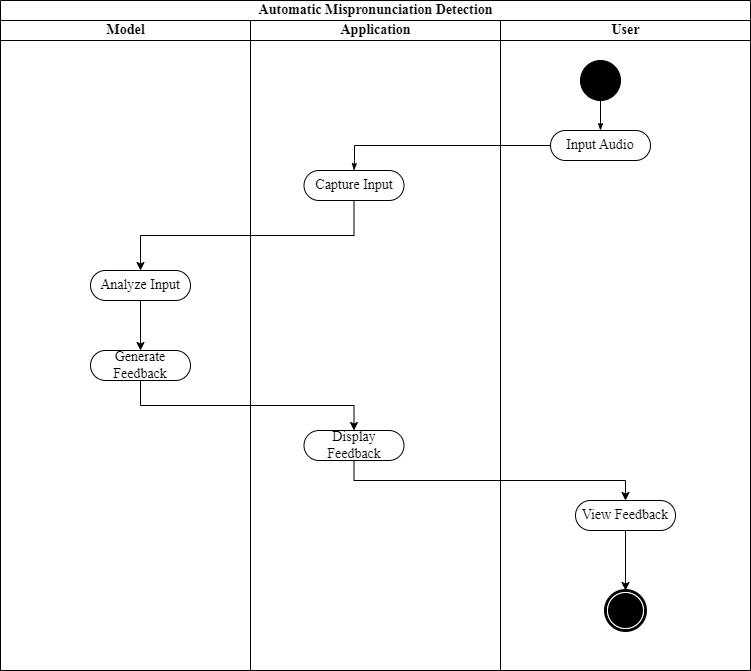
This is AMDActivityDiagram.png from JoshiPrabin/Diagrams, a draw.io export, as it was before one commit. Source tidied: cells renumbered, new cells last; positions are measured from the earlier drawing's top-left corner, leaving out a move shared by most shapes. Source of this version:
```xml
<mxGraphModel>
  <root>
    <mxCell id="0" />
    <mxCell id="1" parent="0" />
    <mxCell id="2" value="&lt;font style=&quot;font-size: 14px;&quot; face=&quot;Times New Roman&quot;&gt;Automatic Mispronunciation Detection&lt;/font&gt;" style="swimlane;html=1;startSize=20;rounded=0;shadow=0;comic=0;labelBackgroundColor=none;strokeWidth=1;fontFamily=Verdana;fontSize=12;align=center;" parent="1" vertex="1">
      <mxGeometry width="750" height="670" as="geometry" />
    </mxCell>
    <mxCell id="3" value="&lt;font style=&quot;font-size: 14px;&quot; face=&quot;Times New Roman&quot;&gt;Model&lt;/font&gt;" style="swimlane;html=1;startSize=20;" parent="2" vertex="1">
      <mxGeometry y="20" width="250" height="650" as="geometry" />
    </mxCell>
    <mxCell id="4" style="edgeStyle=orthogonalEdgeStyle;rounded=0;jettySize=auto;html=1;exitX=0.5;exitY=1;exitDx=0;exitDy=0;entryX=0.5;entryY=0;entryDx=0;entryDy=0;" parent="3" edge="1" source="5" target="6">
      <mxGeometry relative="1" as="geometry" />
    </mxCell>
    <mxCell id="5" value="&lt;font style=&quot;font-size: 14px;&quot; face=&quot;Times New Roman&quot;&gt;Analyze Input&lt;/font&gt;" style="rounded=1;whiteSpace=wrap;html=1;shadow=0;comic=0;labelBackgroundColor=none;strokeWidth=1;fontFamily=Verdana;fontSize=12;align=center;arcSize=50;" parent="3" vertex="1">
      <mxGeometry x="90" y="250" width="100" height="30" as="geometry" />
    </mxCell>
    <mxCell id="6" value="&lt;font style=&quot;font-size: 14px;&quot; face=&quot;Times New Roman&quot;&gt;Generate Feedback&lt;/font&gt;" style="rounded=1;whiteSpace=wrap;html=1;shadow=0;comic=0;labelBackgroundColor=none;strokeWidth=1;fontFamily=Verdana;fontSize=12;align=center;arcSize=50;" parent="3" vertex="1">
      <mxGeometry x="90" y="330" width="100" height="30" as="geometry" />
    </mxCell>
    <mxCell id="7" value="&lt;font style=&quot;font-size: 14px;&quot; face=&quot;Times New Roman&quot;&gt;Application&lt;/font&gt;" style="swimlane;html=1;startSize=20;" parent="2" vertex="1">
      <mxGeometry x="250" y="20" width="250" height="650" as="geometry" />
    </mxCell>
    <mxCell id="8" value="&lt;font style=&quot;font-size: 14px;&quot; face=&quot;Times New Roman&quot;&gt;Display Feedback&lt;/font&gt;" style="rounded=1;whiteSpace=wrap;html=1;shadow=0;comic=0;labelBackgroundColor=none;strokeWidth=1;fontFamily=Verdana;fontSize=12;align=center;arcSize=50;" parent="7" vertex="1">
      <mxGeometry x="53.5" y="410" width="100" height="30" as="geometry" />
    </mxCell>
    <mxCell id="9" value="&lt;font style=&quot;font-size: 14px;&quot; face=&quot;Times New Roman&quot;&gt;Capture Input&lt;/font&gt;" style="rounded=1;whiteSpace=wrap;html=1;shadow=0;comic=0;labelBackgroundColor=none;strokeWidth=1;fontFamily=Verdana;fontSize=12;align=center;arcSize=50;" parent="7" vertex="1">
      <mxGeometry x="53.5" y="150" width="100" height="30" as="geometry" />
    </mxCell>
    <mxCell id="10" value="&lt;font style=&quot;font-size: 14px;&quot; face=&quot;Times New Roman&quot;&gt;User&lt;/font&gt;" style="swimlane;html=1;startSize=20;" parent="2" vertex="1">
      <mxGeometry x="500" y="20" width="250" height="650" as="geometry" />
    </mxCell>
    <mxCell id="11" style="edgeStyle=orthogonalEdgeStyle;rounded=0;html=1;labelBackgroundColor=none;startArrow=none;startFill=0;startSize=5;endArrow=classicThin;endFill=1;endSize=5;jettySize=auto;strokeWidth=1;fontFamily=Verdana;fontSize=12;" parent="10" edge="1" source="12" target="13">
      <mxGeometry relative="1" as="geometry" />
    </mxCell>
    <mxCell id="12" style="ellipse;whiteSpace=wrap;html=1;rounded=0;shadow=0;comic=0;labelBackgroundColor=none;strokeWidth=1;fillColor=#000000;fontFamily=Verdana;fontSize=12;align=center;" parent="10" vertex="1">
      <mxGeometry x="80" y="40" width="40" height="40" as="geometry" />
    </mxCell>
    <mxCell id="13" value="&lt;font style=&quot;font-size: 14px;&quot; face=&quot;Times New Roman&quot;&gt;Input Audio&lt;/font&gt;" style="rounded=1;whiteSpace=wrap;html=1;shadow=0;comic=0;labelBackgroundColor=none;strokeWidth=1;fontFamily=Verdana;fontSize=12;align=center;arcSize=50;" parent="10" vertex="1">
      <mxGeometry x="50" y="110" width="100" height="30" as="geometry" />
    </mxCell>
    <mxCell id="14" style="shape=mxgraph.bpmn.shape;html=1;verticalLabelPosition=bottom;labelBackgroundColor=#ffffff;verticalAlign=top;perimeter=ellipsePerimeter;outline=end;symbol=terminate;rounded=0;shadow=0;comic=0;strokeWidth=1;fontFamily=Verdana;fontSize=12;align=center;" parent="10" vertex="1">
      <mxGeometry x="105" y="570" width="40" height="40" as="geometry" />
    </mxCell>
    <mxCell id="15" style="edgeStyle=orthogonalEdgeStyle;rounded=0;jettySize=auto;html=1;exitX=0.5;exitY=1;exitDx=0;exitDy=0;entryX=0.5;entryY=0;entryDx=0;entryDy=0;" parent="10" edge="1" source="16" target="14">
      <mxGeometry relative="1" as="geometry" />
    </mxCell>
    <mxCell id="16" value="&lt;font style=&quot;font-size: 14px;&quot; face=&quot;Times New Roman&quot;&gt;View Feedback&lt;/font&gt;" style="rounded=1;whiteSpace=wrap;html=1;shadow=0;comic=0;labelBackgroundColor=none;strokeWidth=1;fontFamily=Verdana;fontSize=12;align=center;arcSize=50;" parent="10" vertex="1">
      <mxGeometry x="75" y="480" width="100" height="30" as="geometry" />
    </mxCell>
    <mxCell id="17" style="edgeStyle=orthogonalEdgeStyle;rounded=0;html=1;labelBackgroundColor=none;startArrow=none;startFill=0;startSize=5;endArrow=classicThin;endFill=1;endSize=5;jettySize=auto;strokeWidth=1;fontFamily=Verdana;fontSize=12;entryX=0.5;entryY=0;entryDx=0;entryDy=0;" parent="2" edge="1" source="13" target="9">
      <mxGeometry relative="1" as="geometry">
        <Array as="points">
          <mxPoint x="354" y="145" />
          <mxPoint x="354" y="160" />
        </Array>
      </mxGeometry>
    </mxCell>
    <mxCell id="18" style="edgeStyle=orthogonalEdgeStyle;rounded=0;jettySize=auto;html=1;exitX=0.5;exitY=1;exitDx=0;exitDy=0;entryX=0.5;entryY=0;entryDx=0;entryDy=0;" parent="2" edge="1" source="9" target="5">
      <mxGeometry relative="1" as="geometry" />
    </mxCell>
    <mxCell id="19" style="edgeStyle=orthogonalEdgeStyle;rounded=0;jettySize=auto;html=1;exitX=0.5;exitY=1;exitDx=0;exitDy=0;entryX=0.5;entryY=0;entryDx=0;entryDy=0;" parent="2" edge="1" source="6" target="8">
      <mxGeometry relative="1" as="geometry" />
    </mxCell>
    <mxCell id="20" style="edgeStyle=orthogonalEdgeStyle;rounded=0;jettySize=auto;html=1;exitX=0.5;exitY=1;exitDx=0;exitDy=0;entryX=0.5;entryY=0;entryDx=0;entryDy=0;" parent="2" edge="1" source="8" target="16">
      <mxGeometry relative="1" as="geometry" />
    </mxCell>
  </root>
</mxGraphModel>
```
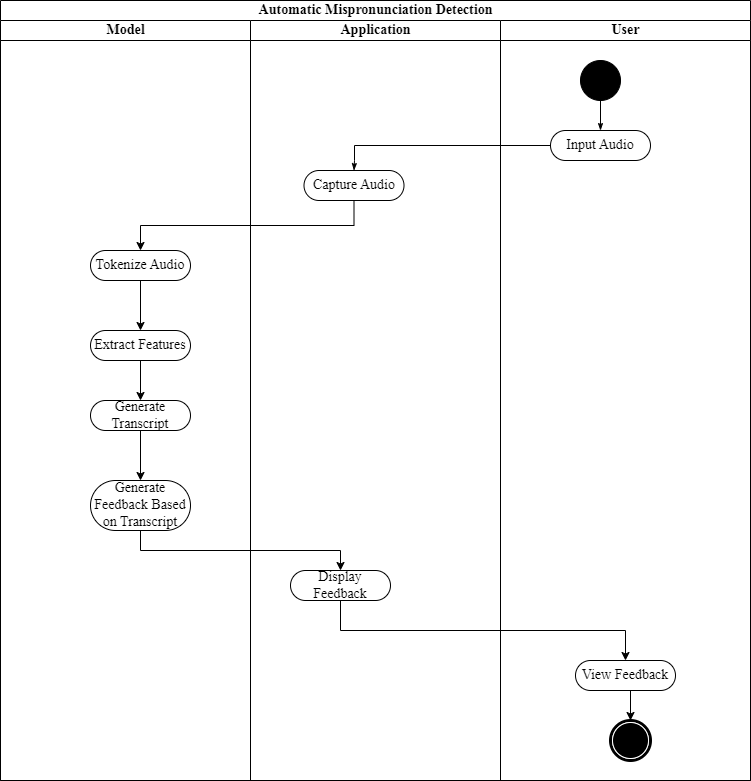
The same diagram one commit later.

Commit message:
Updated Activity Diagram

Diff of the diagram source:
```diff
@@ -3,31 +3,60 @@
     <mxCell id="0" />
     <mxCell id="1" parent="0" />
     <mxCell id="2" value="&lt;font style=&quot;font-size: 14px;&quot; face=&quot;Times New Roman&quot;&gt;Automatic Mispronunciation Detection&lt;/font&gt;" style="swimlane;html=1;startSize=20;rounded=0;shadow=0;comic=0;labelBackgroundColor=none;strokeWidth=1;fontFamily=Verdana;fontSize=12;align=center;" parent="1" vertex="1">
-      <mxGeometry width="750" height="670" as="geometry" />
+      <mxGeometry width="750" height="780" as="geometry" />
     </mxCell>
     <mxCell id="3" value="&lt;font style=&quot;font-size: 14px;&quot; face=&quot;Times New Roman&quot;&gt;Model&lt;/font&gt;" style="swimlane;html=1;startSize=20;" parent="2" vertex="1">
-      <mxGeometry y="20" width="250" height="650" as="geometry" />
+      <mxGeometry y="20" width="250" height="760" as="geometry" />
     </mxCell>
-    <mxCell id="4" style="edgeStyle=orthogonalEdgeStyle;rounded=0;jettySize=auto;html=1;exitX=0.5;exitY=1;exitDx=0;exitDy=0;entryX=0.5;entryY=0;entryDx=0;entryDy=0;" parent="3" edge="1" source="5" target="6">
-      <mxGeometry relative="1" as="geometry" />
-    </mxCell>
+    <mxCell id="21" style="edgeStyle=orthogonalEdgeStyle;rounded=0;jettySize=auto;html=1;exitX=0.5;exitY=1;exitDx=0;exitDy=0;entryX=0.5;entryY=0;entryDx=0;entryDy=0;" parent="3" edge="1" source="5" target="23">
+      <mxGeometry relative="1" as="geometry" />
+    </mxCell>
-    <mxCell id="5" value="&lt;font style=&quot;font-size: 14px;&quot; face=&quot;Times New Roman&quot;&gt;Analyze Input&lt;/font&gt;" style="rounded=1;whiteSpace=wrap;html=1;shadow=0;comic=0;labelBackgroundColor=none;strokeWidth=1;fontFamily=Verdana;fontSize=12;align=center;arcSize=50;" parent="3" vertex="1">
-      <mxGeometry x="90" y="250" width="100" height="30" as="geometry" />
+    <mxCell id="5" value="&lt;font face=&quot;Times New Roman&quot;&gt;&lt;span style=&quot;font-size: 14px;&quot;&gt;Tokenize Audio&lt;/span&gt;&lt;/font&gt;" style="rounded=1;whiteSpace=wrap;html=1;shadow=0;comic=0;labelBackgroundColor=none;strokeWidth=1;fontFamily=Verdana;fontSize=12;align=center;arcSize=50;" parent="3" vertex="1">
+      <mxGeometry x="90" y="230" width="100" height="30" as="geometry" />
     </mxCell>
-    <mxCell id="6" value="&lt;font style=&quot;font-size: 14px;&quot; face=&quot;Times New Roman&quot;&gt;Generate Feedback&lt;/font&gt;" style="rounded=1;whiteSpace=wrap;html=1;shadow=0;comic=0;labelBackgroundColor=none;strokeWidth=1;fontFamily=Verdana;fontSize=12;align=center;arcSize=50;" parent="3" vertex="1">
-      <mxGeometry x="90" y="330" width="100" height="30" as="geometry" />
+    <mxCell id="6" value="&lt;font style=&quot;font-size: 14px;&quot; face=&quot;Times New Roman&quot;&gt;Generate Feedback Based on Transcript&lt;/font&gt;" style="rounded=1;whiteSpace=wrap;html=1;shadow=0;comic=0;labelBackgroundColor=none;strokeWidth=1;fontFamily=Verdana;fontSize=12;align=center;arcSize=50;" parent="3" vertex="1">
+      <mxGeometry x="90" y="460" width="100" height="50" as="geometry" />
     </mxCell>
+    <mxCell id="22" style="edgeStyle=orthogonalEdgeStyle;rounded=0;jettySize=auto;html=1;exitX=0.5;exitY=1;exitDx=0;exitDy=0;entryX=0.5;entryY=0;entryDx=0;entryDy=0;" parent="3" edge="1" source="23" target="25">
+      <mxGeometry relative="1" as="geometry" />
+    </mxCell>
+    <mxCell id="23" value="&lt;font style=&quot;font-size: 14px;&quot; face=&quot;Times New Roman&quot;&gt;Extract Features&lt;/font&gt;" style="rounded=1;whiteSpace=wrap;html=1;shadow=0;comic=0;labelBackgroundColor=none;strokeWidth=1;fontFamily=Verdana;fontSize=12;align=center;arcSize=50;" parent="3" vertex="1">
+      <mxGeometry x="90" y="310" width="100" height="30" as="geometry" />
+    </mxCell>
+    <mxCell id="24" style="edgeStyle=orthogonalEdgeStyle;rounded=0;jettySize=auto;html=1;exitX=0.5;exitY=1;exitDx=0;exitDy=0;entryX=0.5;entryY=0;entryDx=0;entryDy=0;" parent="3" edge="1" source="25" target="6">
+      <mxGeometry relative="1" as="geometry" />
+    </mxCell>
+    <mxCell id="25" value="&lt;font style=&quot;font-size: 14px;&quot; face=&quot;Times New Roman&quot;&gt;Generate Transcript&lt;/font&gt;" style="rounded=1;whiteSpace=wrap;html=1;shadow=0;comic=0;labelBackgroundColor=none;strokeWidth=1;fontFamily=Verdana;fontSize=12;align=center;arcSize=50;" parent="3" vertex="1">
+      <mxGeometry x="90" y="380" width="100" height="30" as="geometry" />
+    </mxCell>
     <mxCell id="7" value="&lt;font style=&quot;font-size: 14px;&quot; face=&quot;Times New Roman&quot;&gt;Application&lt;/font&gt;" style="swimlane;html=1;startSize=20;" parent="2" vertex="1">
-      <mxGeometry x="250" y="20" width="250" height="650" as="geometry" />
+      <mxGeometry x="250" y="20" width="250" height="760" as="geometry" />
     </mxCell>
     <mxCell id="8" value="&lt;font style=&quot;font-size: 14px;&quot; face=&quot;Times New Roman&quot;&gt;Display Feedback&lt;/font&gt;" style="rounded=1;whiteSpace=wrap;html=1;shadow=0;comic=0;labelBackgroundColor=none;strokeWidth=1;fontFamily=Verdana;fontSize=12;align=center;arcSize=50;" parent="7" vertex="1">
-      <mxGeometry x="53.5" y="410" width="100" height="30" as="geometry" />
+      <mxGeometry x="40" y="550" width="100" height="30" as="geometry" />
     </mxCell>
-    <mxCell id="9" value="&lt;font style=&quot;font-size: 14px;&quot; face=&quot;Times New Roman&quot;&gt;Capture Input&lt;/font&gt;" style="rounded=1;whiteSpace=wrap;html=1;shadow=0;comic=0;labelBackgroundColor=none;strokeWidth=1;fontFamily=Verdana;fontSize=12;align=center;arcSize=50;" parent="7" vertex="1">
+    <mxCell id="9" value="&lt;font face=&quot;Times New Roman&quot; style=&quot;font-size: 14px;&quot;&gt;Capture Audio&lt;/font&gt;" style="rounded=1;whiteSpace=wrap;html=1;shadow=0;comic=0;labelBackgroundColor=none;strokeWidth=1;fontFamily=Verdana;fontSize=12;align=center;arcSize=50;" parent="7" vertex="1">
       <mxGeometry x="53.5" y="150" width="100" height="30" as="geometry" />
     </mxCell>
+    <mxCell id="17" style="edgeStyle=orthogonalEdgeStyle;rounded=0;html=1;labelBackgroundColor=none;startArrow=none;startFill=0;startSize=5;endArrow=classicThin;endFill=1;endSize=5;jettySize=auto;strokeWidth=1;fontFamily=Verdana;fontSize=12;entryX=0.5;entryY=0;entryDx=0;entryDy=0;" parent="2" edge="1" source="13" target="9">
+      <mxGeometry relative="1" as="geometry">
+        <Array as="points">
+          <mxPoint x="354" y="145" />
+          <mxPoint x="354" y="160" />
+        </Array>
+      </mxGeometry>
+    </mxCell>
+    <mxCell id="18" style="edgeStyle=orthogonalEdgeStyle;rounded=0;jettySize=auto;html=1;exitX=0.5;exitY=1;exitDx=0;exitDy=0;entryX=0.5;entryY=0;entryDx=0;entryDy=0;" parent="2" edge="1" source="9" target="5">
+      <mxGeometry relative="1" as="geometry" />
+    </mxCell>
+    <mxCell id="19" style="edgeStyle=orthogonalEdgeStyle;rounded=0;jettySize=auto;html=1;exitX=0.5;exitY=1;exitDx=0;exitDy=0;entryX=0.5;entryY=0;entryDx=0;entryDy=0;" parent="2" edge="1" source="6" target="8">
+      <mxGeometry relative="1" as="geometry" />
+    </mxCell>
+    <mxCell id="20" style="edgeStyle=orthogonalEdgeStyle;rounded=0;jettySize=auto;html=1;exitX=0.5;exitY=1;exitDx=0;exitDy=0;entryX=0.5;entryY=0;entryDx=0;entryDy=0;" parent="2" edge="1" source="8" target="16">
+      <mxGeometry relative="1" as="geometry" />
+    </mxCell>
     <mxCell id="10" value="&lt;font style=&quot;font-size: 14px;&quot; face=&quot;Times New Roman&quot;&gt;User&lt;/font&gt;" style="swimlane;html=1;startSize=20;" parent="2" vertex="1">
-      <mxGeometry x="500" y="20" width="250" height="650" as="geometry" />
+      <mxGeometry x="500" y="20" width="250" height="760" as="geometry" />
     </mxCell>
     <mxCell id="11" style="edgeStyle=orthogonalEdgeStyle;rounded=0;html=1;labelBackgroundColor=none;startArrow=none;startFill=0;startSize=5;endArrow=classicThin;endFill=1;endSize=5;jettySize=auto;strokeWidth=1;fontFamily=Verdana;fontSize=12;" parent="10" edge="1" source="12" target="13">
       <mxGeometry relative="1" as="geometry" />
@@ -35,34 +64,17 @@
     <mxCell id="12" style="ellipse;whiteSpace=wrap;html=1;rounded=0;shadow=0;comic=0;labelBackgroundColor=none;strokeWidth=1;fillColor=#000000;fontFamily=Verdana;fontSize=12;align=center;" parent="10" vertex="1">
       <mxGeometry x="80" y="40" width="40" height="40" as="geometry" />
     </mxCell>
-    <mxCell id="13" value="&lt;font style=&quot;font-size: 14px;&quot; face=&quot;Times New Roman&quot;&gt;Input Audio&lt;/font&gt;" style="rounded=1;whiteSpace=wrap;html=1;shadow=0;comic=0;labelBackgroundColor=none;strokeWidth=1;fontFamily=Verdana;fontSize=12;align=center;arcSize=50;" parent="10" vertex="1">
+    <mxCell id="13" value="&lt;font face=&quot;Times New Roman&quot; style=&quot;font-size: 14px;&quot;&gt;Input Audio&lt;/font&gt;" style="rounded=1;whiteSpace=wrap;html=1;shadow=0;comic=0;labelBackgroundColor=none;strokeWidth=1;fontFamily=Verdana;fontSize=12;align=center;arcSize=50;" parent="10" vertex="1">
       <mxGeometry x="50" y="110" width="100" height="30" as="geometry" />
     </mxCell>
     <mxCell id="14" style="shape=mxgraph.bpmn.shape;html=1;verticalLabelPosition=bottom;labelBackgroundColor=#ffffff;verticalAlign=top;perimeter=ellipsePerimeter;outline=end;symbol=terminate;rounded=0;shadow=0;comic=0;strokeWidth=1;fontFamily=Verdana;fontSize=12;align=center;" parent="10" vertex="1">
-      <mxGeometry x="105" y="570" width="40" height="40" as="geometry" />
+      <mxGeometry x="110" y="700" width="40" height="40" as="geometry" />
     </mxCell>
     <mxCell id="15" style="edgeStyle=orthogonalEdgeStyle;rounded=0;jettySize=auto;html=1;exitX=0.5;exitY=1;exitDx=0;exitDy=0;entryX=0.5;entryY=0;entryDx=0;entryDy=0;" parent="10" edge="1" source="16" target="14">
       <mxGeometry relative="1" as="geometry" />
     </mxCell>
     <mxCell id="16" value="&lt;font style=&quot;font-size: 14px;&quot; face=&quot;Times New Roman&quot;&gt;View Feedback&lt;/font&gt;" style="rounded=1;whiteSpace=wrap;html=1;shadow=0;comic=0;labelBackgroundColor=none;strokeWidth=1;fontFamily=Verdana;fontSize=12;align=center;arcSize=50;" parent="10" vertex="1">
-      <mxGeometry x="75" y="480" width="100" height="30" as="geometry" />
+      <mxGeometry x="75" y="640" width="100" height="30" as="geometry" />
     </mxCell>
-    <mxCell id="17" style="edgeStyle=orthogonalEdgeStyle;rounded=0;html=1;labelBackgroundColor=none;startArrow=none;startFill=0;startSize=5;endArrow=classicThin;endFill=1;endSize=5;jettySize=auto;strokeWidth=1;fontFamily=Verdana;fontSize=12;entryX=0.5;entryY=0;entryDx=0;entryDy=0;" parent="2" edge="1" source="13" target="9">
-      <mxGeometry relative="1" as="geometry">
-        <Array as="points">
-          <mxPoint x="354" y="145" />
-          <mxPoint x="354" y="160" />
-        </Array>
-      </mxGeometry>
-    </mxCell>
-    <mxCell id="18" style="edgeStyle=orthogonalEdgeStyle;rounded=0;jettySize=auto;html=1;exitX=0.5;exitY=1;exitDx=0;exitDy=0;entryX=0.5;entryY=0;entryDx=0;entryDy=0;" parent="2" edge="1" source="9" target="5">
-      <mxGeometry relative="1" as="geometry" />
-    </mxCell>
-    <mxCell id="19" style="edgeStyle=orthogonalEdgeStyle;rounded=0;jettySize=auto;html=1;exitX=0.5;exitY=1;exitDx=0;exitDy=0;entryX=0.5;entryY=0;entryDx=0;entryDy=0;" parent="2" edge="1" source="6" target="8">
-      <mxGeometry relative="1" as="geometry" />
-    </mxCell>
-    <mxCell id="20" style="edgeStyle=orthogonalEdgeStyle;rounded=0;jettySize=auto;html=1;exitX=0.5;exitY=1;exitDx=0;exitDy=0;entryX=0.5;entryY=0;entryDx=0;entryDy=0;" parent="2" edge="1" source="8" target="16">
-      <mxGeometry relative="1" as="geometry" />
-    </mxCell>
   </root>
 </mxGraphModel>
```
